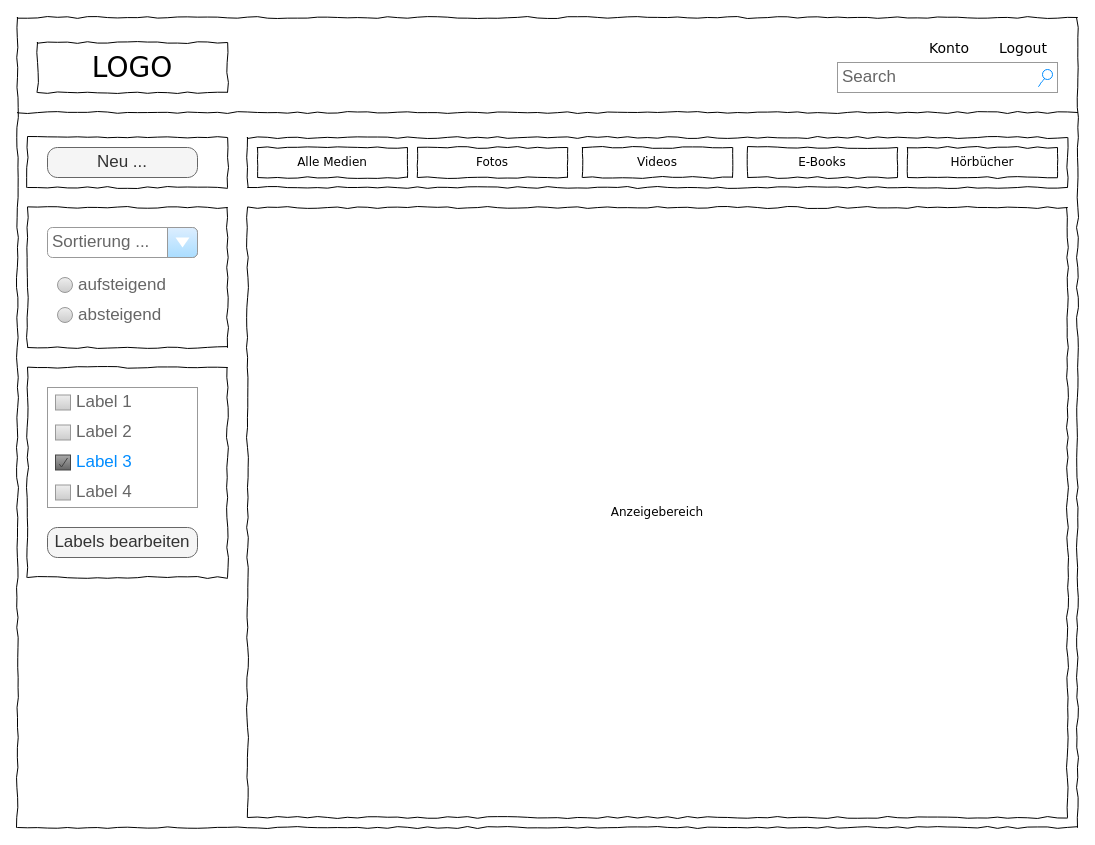
Kaktussaft/Mediendatenbank-broken keeps this draw.io diagram as Webapp/Design/User-Landingpage_v1.drawio. Above is the earlier version. Source tidied: cells renumbered, new cells numbered last; positions are measured from the earlier drawing's top-left corner, leaving out a move shared by most shapes. Both pictures are drawn from the tidied source at 100%, with x=0, y=0 at pixel (17, 17).
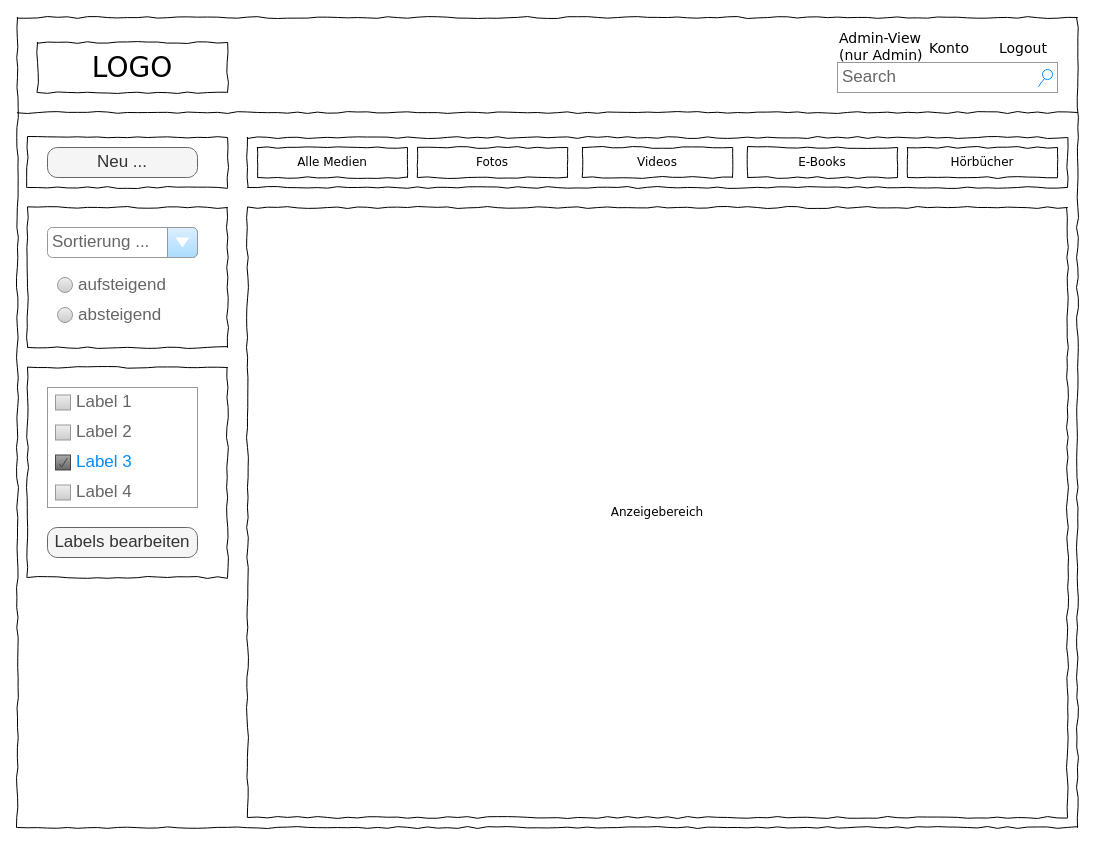
The same page after the edit.

Commit message:
added toggle view for admin only

Diff of the diagram source:
```diff
@@
+    <mxCell id="28" value="Admin-View&amp;nbsp;&lt;div&gt;(nur Admin)&lt;/div&gt;" style="text;html=1;align=left;verticalAlign=top;spacingTop=-4;fontSize=14;fontFamily=Verdana;" parent="1" vertex="1">
+      <mxGeometry x="820" y="10" width="90" height="40" as="geometry" />
+    </mxCell>
```
